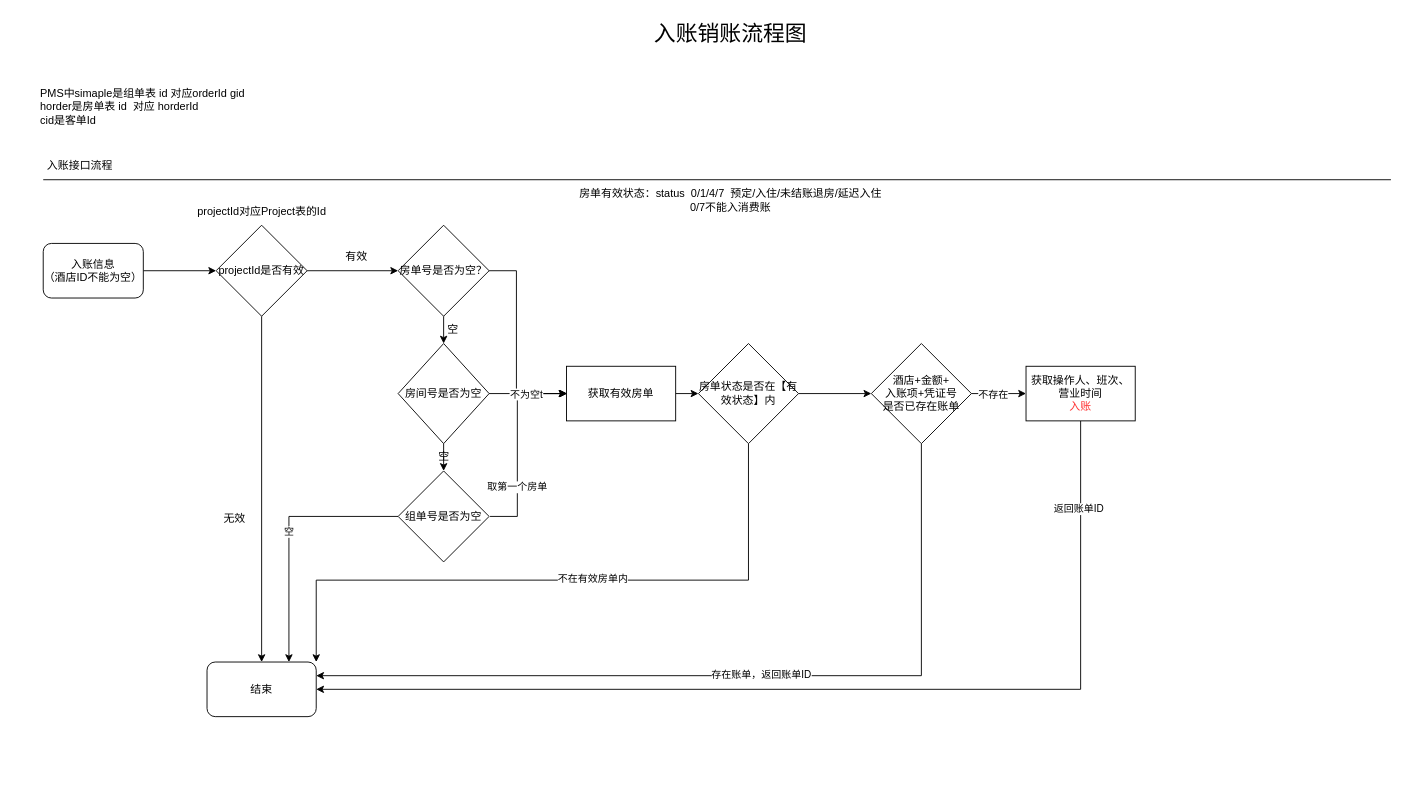
The draw.io diagram 入账销账业务梳理.drawio in Zz11zZ/kityminder, before the edit. Source tidied: cells renumbered, new cells numbered last; positions are measured from the earlier drawing's top-left corner, leaving out a move shared by most shapes. Both pictures are drawn from the tidied source at 91%, with x=0, y=0 at pixel (34, 15).
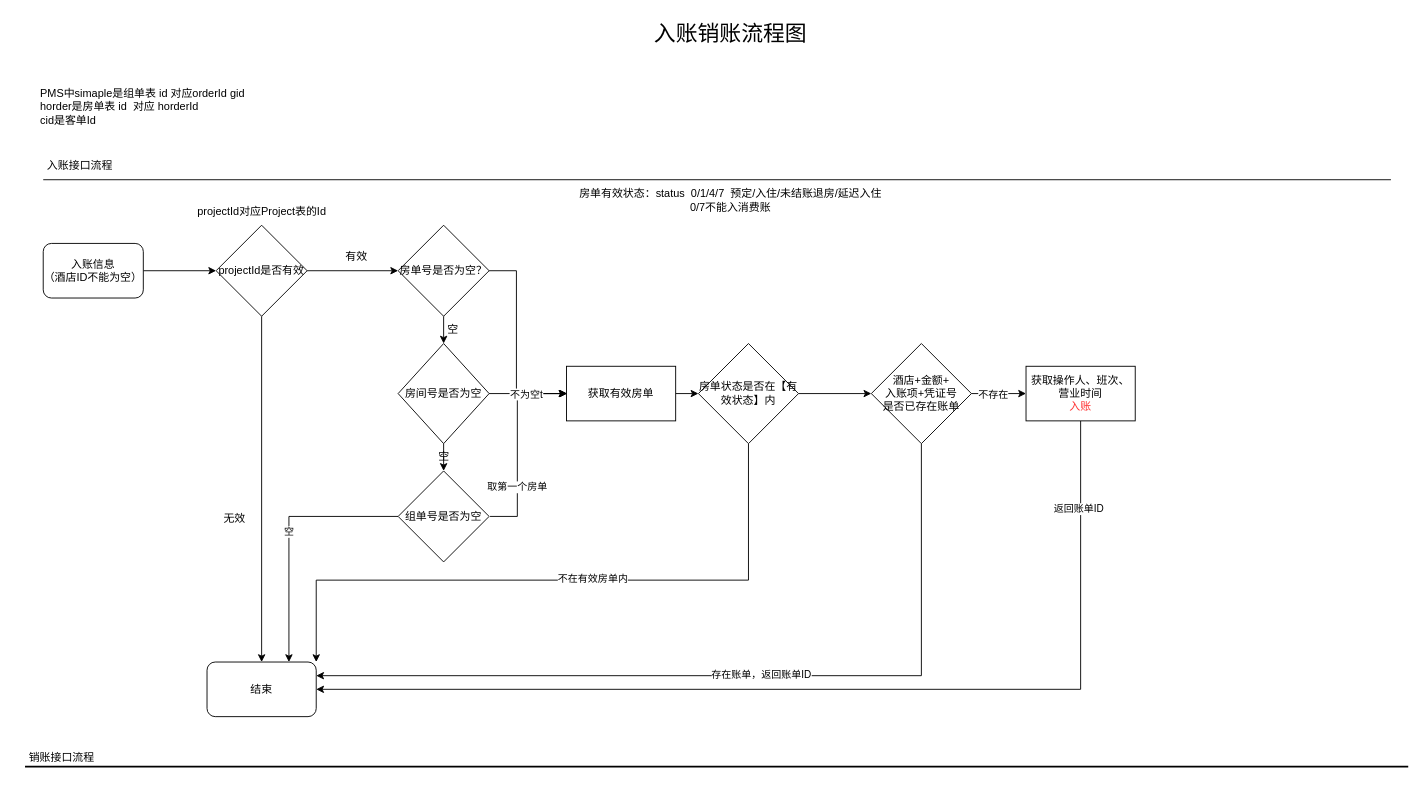
Above is the later version.

Commit message:
更新入账销账业务梳理.drawio

Diff of the diagram source:
```diff
@@
+    <mxCell id="44" style="line;strokeWidth=2;html=1;" parent="1" vertex="1">
+      <mxGeometry x="-10" y="820" width="1520" height="10" as="geometry" />
+    </mxCell>
+    <mxCell id="45" value="销账接口流程" style="text;html=1;align=center;verticalAlign=middle;strokeColor=none;fillColor=none;" parent="1" vertex="1">
+      <mxGeometry x="-20" y="800" width="100" height="30" as="geometry" />
+    </mxCell>
```
